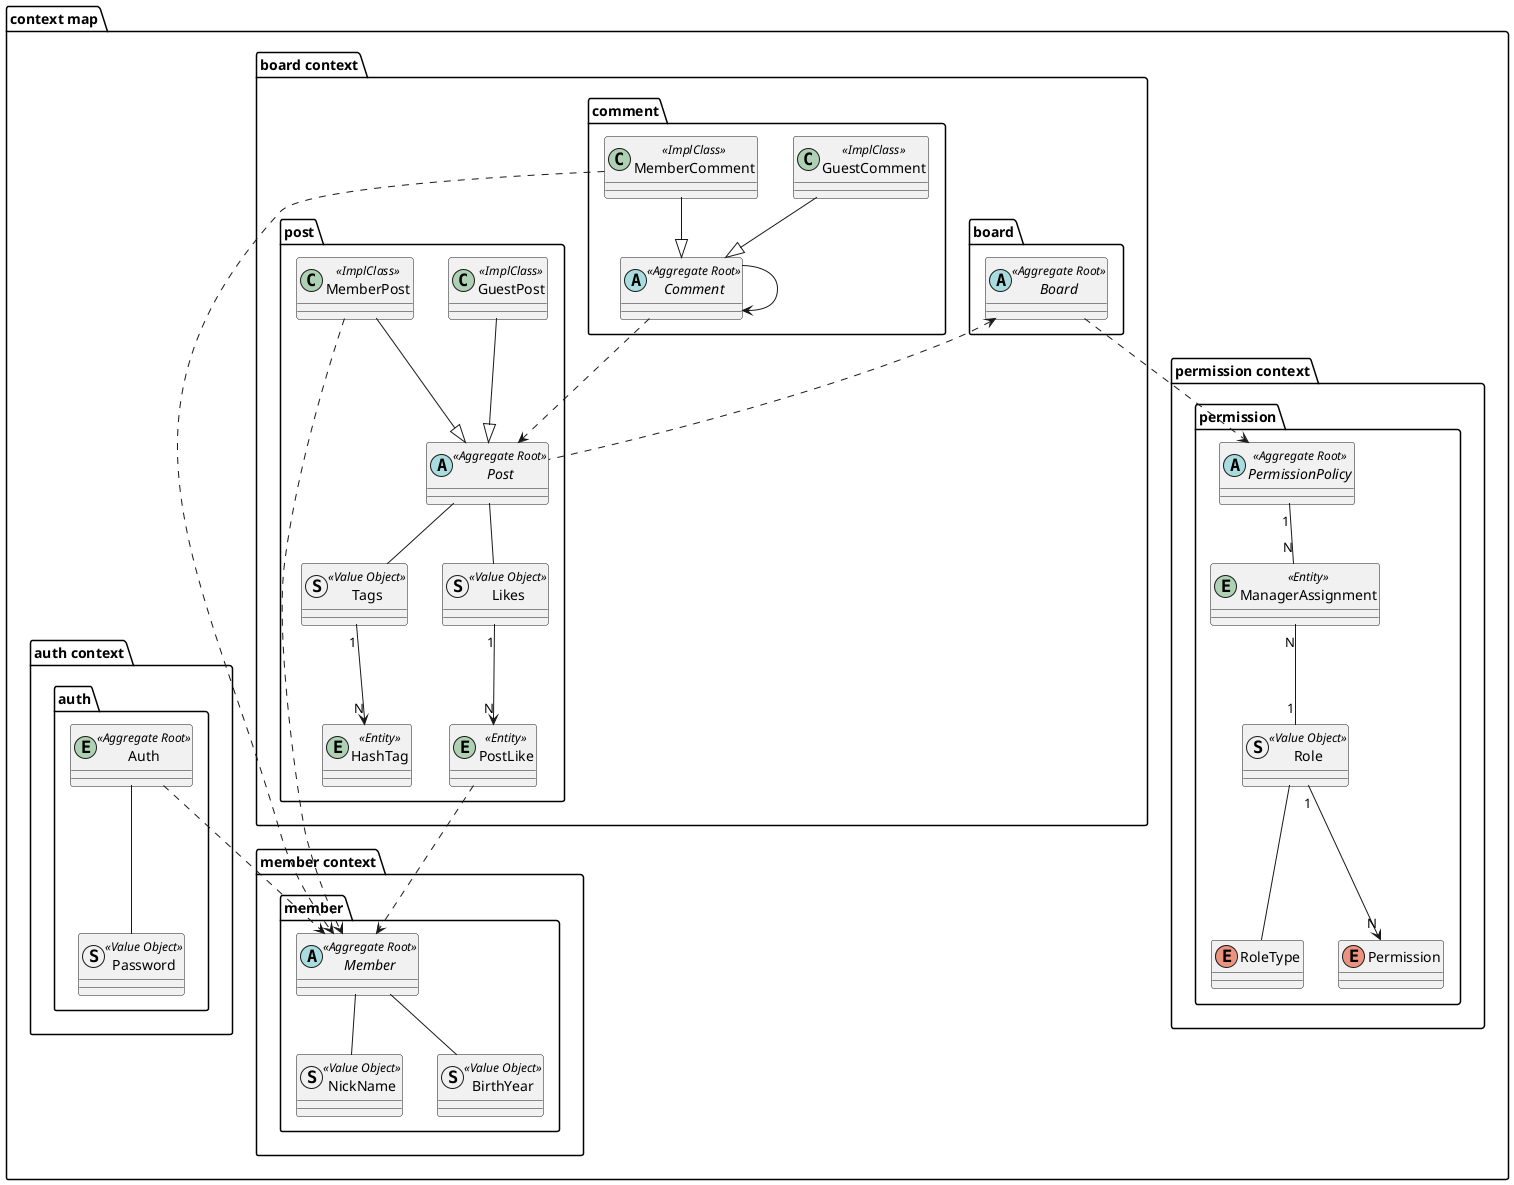
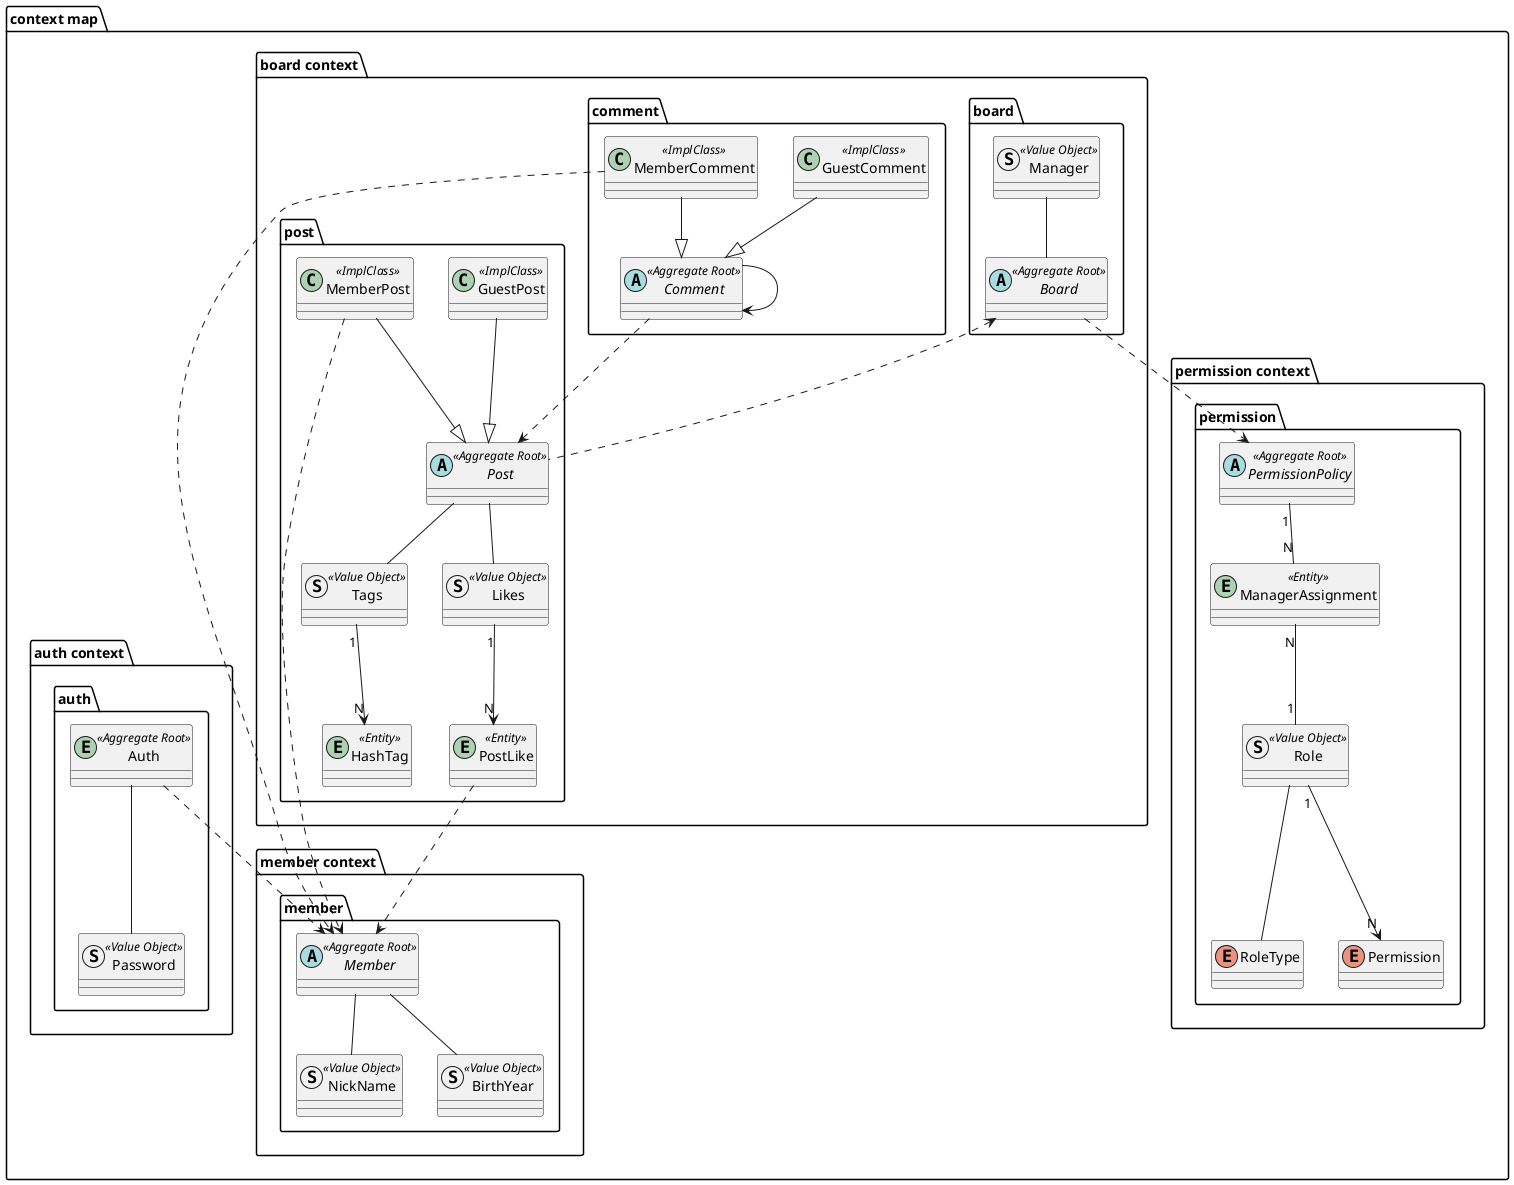
@startuml

package "context map" {
    package "board context"{
        package "board"{
            abstract Board <<Aggregate Root>>{
            }
+             struct Manager <<Value Object>>{
+             }
+             Manager -- Board
        }

        package "post"{
            abstract Post <<Aggregate Root>>{
            }
            class GuestPost <<ImplClass>>{
            }
            class MemberPost <<ImplClass>>{
            }
            '해시태그
            entity HashTag <<Entity>>{
            }
            struct Tags <<Value Object>>{
            }
            Post -- Tags
            Tags "1" --> "N" HashTag
            '좋아요
            entity PostLike <<Entity>>{
            }
            struct Likes <<Value Object>>{
            }
            Post -- Likes
            Likes "1" --> "N" PostLike
        }

        package "comment"{
            abstract Comment <<Aggregate Root>>{
            }
            class GuestComment <<ImplClass>>{
            }
            class MemberComment <<ImplClass>>{
            }
        }

        GuestPost --|> Post
        MemberPost --|> Post
        GuestComment --|> Comment
        MemberComment --|> Comment

    }

    package "member context"{
        package "member"{
          abstract Member <<Aggregate Root>>{
          }
          struct NickName <<Value Object>>{
          }
          struct BirthYear <<Value Object>>{
          }
          Member -- NickName
          Member -- BirthYear
        }
    }

  package "permission context" {
        package "permission" {
            abstract PermissionPolicy <<Aggregate Root>> {
            }

            entity ManagerAssignment <<Entity>> {
            }

            struct Role <<Value Object>> {
            }

            enum RoleType {
            }

            enum Permission {
            }

            Role "1" --> "N" Permission

            PermissionPolicy "1" -- "N" ManagerAssignment
            ManagerAssignment "N" -- "1" Role
            Role -- RoleType
        }
    }

    package "auth context" {
        package "auth"{
            entity Auth <<Aggregate Root>> {
            }
            struct Password <<Value Object>>{
            }

            Auth -- Password
        }
    }

    Board <.. Post

    MemberPost ..> Member
    PostLike ..> Member
    MemberComment ..> Member
    Comment ..> Post
    Comment --> Comment
    Board ..> PermissionPolicy

    Auth ..> Member

}
@enduml
